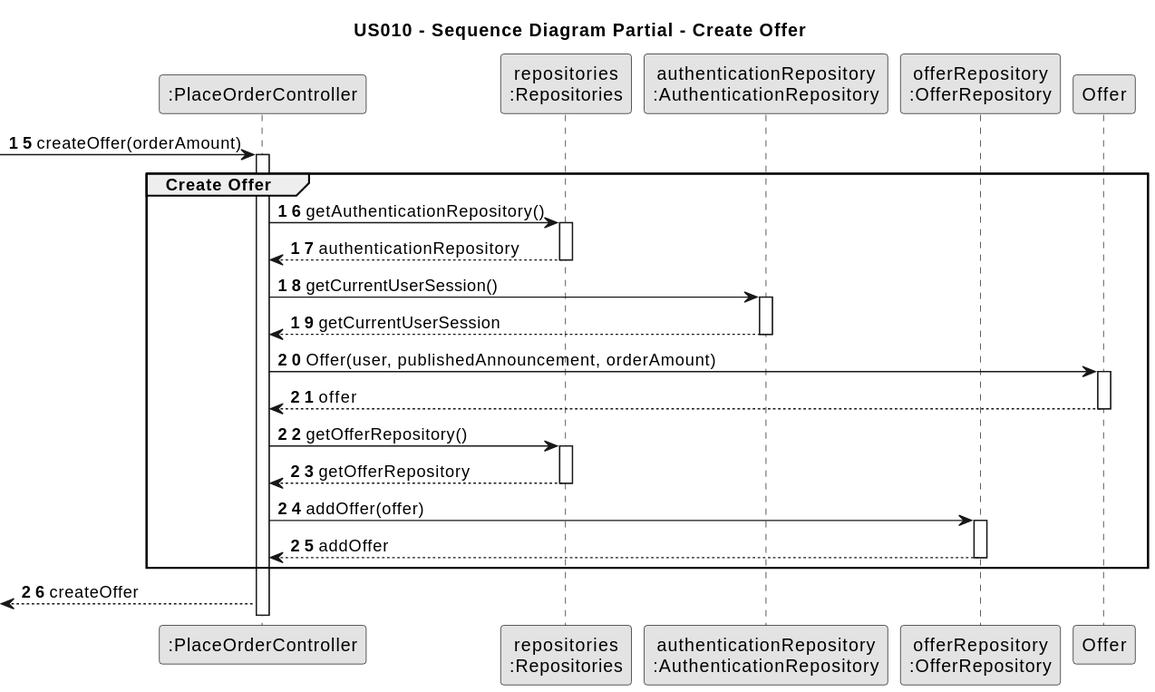
This is docs/sprintC/US10/03.design/svg/us010-sequence-diagram-partial-createOffer.svg from PureNimble/ISEP-LAPR2, a PlantUML export, as it was before one commit.
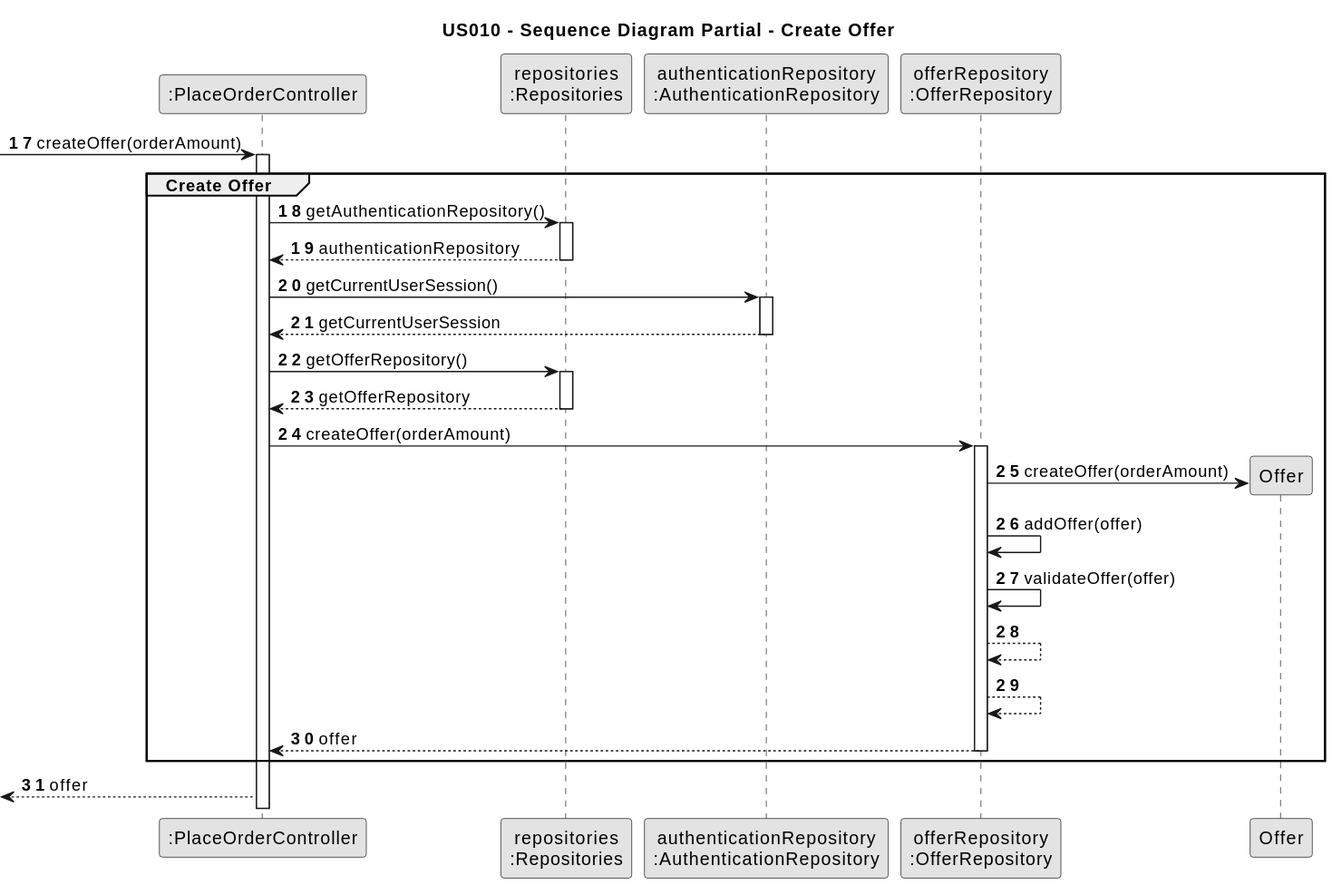
After the change.

What changed in the source:
```diff
@@ -11,7 +11,7 @@
 participant "offerRepository\n:OfferRepository" as OfferRepository
 participant "Offer" as Offer
 
-autonumber 15
+autonumber 17
 
 -> Controller : createOffer(orderAmount)
 activate Controller
@@ -30,26 +30,29 @@
 AuthenticationRepository --> Controller : getCurrentUserSession
 deactivate AuthenticationRepository
 
-Controller -> Offer : Offer(user, publishedAnnouncement, orderAmount)
-activate Offer
-
-Offer --> Controller : offer
-deactivate Offer
-
 Controller -> Repositories : getOfferRepository()
 activate Repositories
 
 Repositories --> Controller : getOfferRepository
 deactivate Repositories
 
-
-Controller -> OfferRepository : addOffer(offer)
+Controller -> OfferRepository : createOffer(orderAmount)
 activate OfferRepository
 
-OfferRepository --> Controller : addOffer
+OfferRepository -> Offer** : createOffer(orderAmount)
+
+OfferRepository -> OfferRepository : addOffer(offer)
+
+OfferRepository -> OfferRepository : validateOffer(offer)
+
+OfferRepository --> OfferRepository
+
+OfferRepository --> OfferRepository
+
+OfferRepository --> Controller : offer
 deactivate OfferRepository
 
 end
 
-<-- Controller : createOffer
+<-- Controller : offer
 @enduml
```
